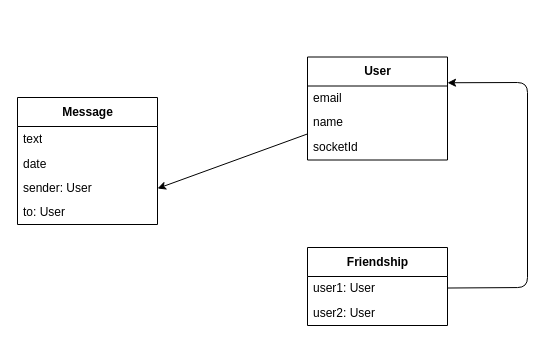
GustavoGcdo/chat-ca keeps this draw.io diagram as page "Entidades" (2 of 2) of api/docs/entidades.drawio. Above is the earlier version. Source tidied: cells renumbered, new cells numbered last; positions are measured from the earlier drawing's top-left corner, leaving out a move shared by most shapes. Both pictures are drawn from the tidied source at 100%, with x=0, y=0 at pixel (17, 57).
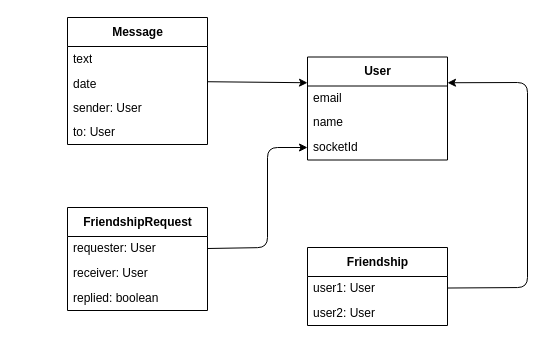
The same page after the edit.

The change refers to these unchanged cells:
```xml
<mxCell id="5" value="sender: User" style="text;html=1;strokeColor=none;fillColor=none;align=left;verticalAlign=middle;spacingLeft=4;spacingRight=4;overflow=hidden;points=[[0,0.5],[1,0.5]];portConstraint=eastwest;" parent="2" vertex="1">
  <mxGeometry y="79" width="140" height="24" as="geometry" />
</mxCell>
<mxCell id="8" value="User" style="swimlane;fontStyle=1;align=center;verticalAlign=middle;horizontal=1;startSize=29;html=1;" parent="1" vertex="1">
  <mxGeometry x="290" y="-0.5" width="140" height="103" as="geometry" />
</mxCell>
<mxCell id="11" value="socketId" style="text;html=1;strokeColor=none;fillColor=none;align=left;verticalAlign=middle;spacingLeft=4;spacingRight=4;overflow=hidden;points=[[0,0.5],[1,0.5]];portConstraint=eastwest;" parent="8" vertex="1">
  <mxGeometry y="78" width="140" height="25" as="geometry" />
</mxCell>
```

What changed in the source:
```diff
@@
+    <mxCell id="16" style="edgeStyle=none;html=1;entryX=0;entryY=0.25;entryDx=0;entryDy=0;" parent="1" edge="1" source="2" target="8">
+      <mxGeometry relative="1" as="geometry" />
+    </mxCell>
     <mxCell id="2" value="Message" style="swimlane;fontStyle=1;align=center;verticalAlign=middle;horizontal=1;startSize=29;html=1;" parent="1" vertex="1">
-      <mxGeometry y="40" width="140" height="127" as="geometry" />
+      <mxGeometry x="50" y="-40" width="140" height="127" as="geometry" />
     </mxCell>
@@
-    <mxCell id="7" style="edgeStyle=none;html=1;entryX=1;entryY=0.5;entryDx=0;entryDy=0;" parent="1" edge="1" source="8" target="5">
-      <mxGeometry relative="1" as="geometry" />
-    </mxCell>
@@
+    <mxCell id="17" value="FriendshipRequest" style="swimlane;fontStyle=1;align=center;verticalAlign=middle;horizontal=1;startSize=29;html=1;" parent="1" vertex="1">
+      <mxGeometry x="50" y="150" width="140" height="103" as="geometry" />
+    </mxCell>
+    <mxCell id="18" value="requester: User" style="text;html=1;strokeColor=none;fillColor=none;align=left;verticalAlign=middle;spacingLeft=4;spacingRight=4;overflow=hidden;points=[[0,0.5],[1,0.5]];portConstraint=eastwest;" parent="17" vertex="1">
+      <mxGeometry y="29" width="140" height="24" as="geometry" />
+    </mxCell>
+    <mxCell id="19" value="receiver: User" style="text;html=1;strokeColor=none;fillColor=none;align=left;verticalAlign=middle;spacingLeft=4;spacingRight=4;overflow=hidden;" parent="17" vertex="1">
+      <mxGeometry y="53" width="140" height="25" as="geometry" />
+    </mxCell>
+    <mxCell id="20" value="replied: boolean" style="text;html=1;strokeColor=none;fillColor=none;align=left;verticalAlign=middle;spacingLeft=4;spacingRight=4;overflow=hidden;" parent="17" vertex="1">
+      <mxGeometry y="78" width="140" height="25" as="geometry" />
+    </mxCell>
+    <mxCell id="21" style="edgeStyle=none;html=1;entryX=0;entryY=0.5;entryDx=0;entryDy=0;exitX=1;exitY=0.5;exitDx=0;exitDy=0;" parent="1" edge="1" source="18" target="11">
+      <mxGeometry relative="1" as="geometry">
+        <Array as="points">
+          <mxPoint x="250" y="190" />
+          <mxPoint x="250" y="90" />
+        </Array>
+      </mxGeometry>
+    </mxCell>
```
